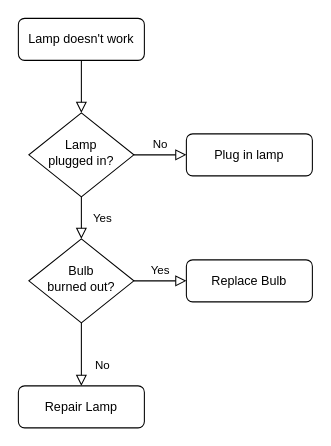
hqbly000/test1 keeps this draw.io diagram as marker.drawio. Above is the earlier version. Source tidied: cells renumbered, new cells numbered last; positions are measured from the earlier drawing's top-left corner, leaving out a move shared by most shapes. Both pictures are drawn from the tidied source at 105%, with x=0, y=0 at pixel (18, 18).
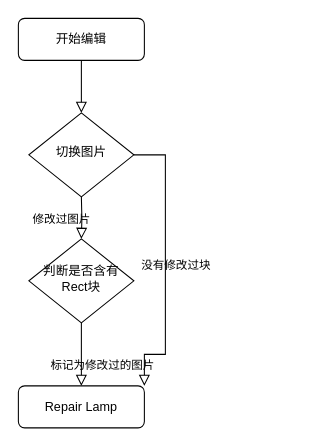
After the change.

What changed in the source:
```diff
@@
 <mxGraphModel>
   <root>
     <mxCell id="0" />
     <mxCell id="1" parent="0" />
     <mxCell id="2" style="rounded=0;html=1;jettySize=auto;fontSize=11;endArrow=block;endFill=0;endSize=8;strokeWidth=1;shadow=0;labelBackgroundColor=none;edgeStyle=orthogonalEdgeStyle;" parent="1" edge="1" source="3" target="6">
       <mxGeometry relative="1" as="geometry" />
     </mxCell>
-    <mxCell id="3" value="Lamp doesn't work" style="rounded=1;whiteSpace=wrap;html=1;fontSize=12;glass=0;strokeWidth=1;shadow=0;" parent="1" vertex="1">
+    <mxCell id="3" value="开始编辑" style="rounded=1;whiteSpace=wrap;html=1;fontSize=12;glass=0;strokeWidth=1;shadow=0;" parent="1" vertex="1">
       <mxGeometry width="120" height="40" as="geometry" />
     </mxCell>
-    <mxCell id="4" value="Yes" style="rounded=0;html=1;jettySize=auto;fontSize=11;endArrow=block;endFill=0;endSize=8;strokeWidth=1;shadow=0;labelBackgroundColor=none;edgeStyle=orthogonalEdgeStyle;" parent="1" edge="1" source="6" target="10">
-      <mxGeometry y="20" relative="1" as="geometry" />
+    <mxCell id="4" value="修改过图片" style="rounded=0;html=1;jettySize=auto;orthogonalLoop=1;fontSize=11;endArrow=block;endFill=0;endSize=8;strokeWidth=1;shadow=0;labelBackgroundColor=none;edgeStyle=orthogonalEdgeStyle;" parent="1" edge="1">
+      <mxGeometry y="20" relative="1" as="geometry">
+        <mxPoint x="60" y="170" as="sourcePoint" />
+        <mxPoint x="60" y="210" as="targetPoint" />
+      </mxGeometry>
     </mxCell>
-    <mxCell id="5" value="No" style="edgeStyle=orthogonalEdgeStyle;rounded=0;html=1;jettySize=auto;fontSize=11;endArrow=block;endFill=0;endSize=8;strokeWidth=1;shadow=0;labelBackgroundColor=none;" parent="1" edge="1" source="6" target="7">
-      <mxGeometry y="10" relative="1" as="geometry" />
+    <mxCell id="5" value="没有修改过块" style="edgeStyle=orthogonalEdgeStyle;rounded=0;html=1;jettySize=auto;fontSize=11;endArrow=block;endFill=0;endSize=8;strokeWidth=1;shadow=0;labelBackgroundColor=none;entryX=1;entryY=0;entryDx=0;entryDy=0;" parent="1" edge="1" source="6" target="11">
+      <mxGeometry y="10" relative="1" as="geometry">
+        <Array as="points">
+          <mxPoint x="140" y="130" />
+          <mxPoint x="140" y="320" />
+          <mxPoint x="120" y="320" />
+        </Array>
+      </mxGeometry>
     </mxCell>
-    <mxCell id="6" value="Lamp&lt;br&gt;plugged in?" style="rhombus;whiteSpace=wrap;html=1;shadow=0;fontFamily=Helvetica;fontSize=12;align=center;strokeWidth=1;spacing=6;spacingTop=-4;" parent="1" vertex="1">
+    <mxCell id="6" value="切换图片" style="rhombus;whiteSpace=wrap;html=1;shadow=0;fontFamily=Helvetica;fontSize=12;align=center;strokeWidth=1;spacing=6;spacingTop=-4;" parent="1" vertex="1">
       <mxGeometry x="10" y="90" width="100" height="80" as="geometry" />
     </mxCell>
-    <mxCell id="7" value="Plug in lamp" style="rounded=1;whiteSpace=wrap;html=1;fontSize=12;glass=0;strokeWidth=1;shadow=0;" parent="1" vertex="1">
-      <mxGeometry x="160" y="110" width="120" height="40" as="geometry" />
-    </mxCell>
-    <mxCell id="8" value="No" style="rounded=0;html=1;jettySize=auto;fontSize=11;endArrow=block;endFill=0;endSize=8;strokeWidth=1;shadow=0;labelBackgroundColor=none;edgeStyle=orthogonalEdgeStyle;" parent="1" edge="1" source="10" target="11">
+    <mxCell id="8" value="标记为修改过的图片" style="rounded=0;html=1;jettySize=auto;fontSize=11;endArrow=block;endFill=0;endSize=8;strokeWidth=1;shadow=0;labelBackgroundColor=none;edgeStyle=orthogonalEdgeStyle;" parent="1" edge="1" source="10" target="11">
       <mxGeometry x="0.33" y="20" relative="1" as="geometry" />
     </mxCell>
-    <mxCell id="9" value="Yes" style="edgeStyle=orthogonalEdgeStyle;rounded=0;html=1;jettySize=auto;fontSize=11;endArrow=block;endFill=0;endSize=8;strokeWidth=1;shadow=0;labelBackgroundColor=none;" parent="1" edge="1" source="10" target="12">
-      <mxGeometry y="10" relative="1" as="geometry" />
-    </mxCell>
-    <mxCell id="10" value="Bulb&lt;br&gt;burned out?" style="rhombus;whiteSpace=wrap;html=1;shadow=0;fontFamily=Helvetica;fontSize=12;align=center;strokeWidth=1;spacing=6;spacingTop=-4;" parent="1" vertex="1">
+    <mxCell id="10" value="判断是否含有Rect块" style="rhombus;whiteSpace=wrap;html=1;shadow=0;fontFamily=Helvetica;fontSize=12;align=center;strokeWidth=1;spacing=6;spacingTop=-4;" parent="1" vertex="1">
       <mxGeometry x="10" y="210" width="100" height="80" as="geometry" />
     </mxCell>
     <mxCell id="11" value="Repair Lamp" style="rounded=1;whiteSpace=wrap;html=1;fontSize=12;glass=0;strokeWidth=1;shadow=0;" parent="1" vertex="1">
       <mxGeometry y="350" width="120" height="40" as="geometry" />
     </mxCell>
-    <mxCell id="12" value="Replace Bulb" style="rounded=1;whiteSpace=wrap;html=1;fontSize=12;glass=0;strokeWidth=1;shadow=0;" parent="1" vertex="1">
-      <mxGeometry x="160" y="230" width="120" height="40" as="geometry" />
-    </mxCell>
   </root>
 </mxGraphModel>
```
